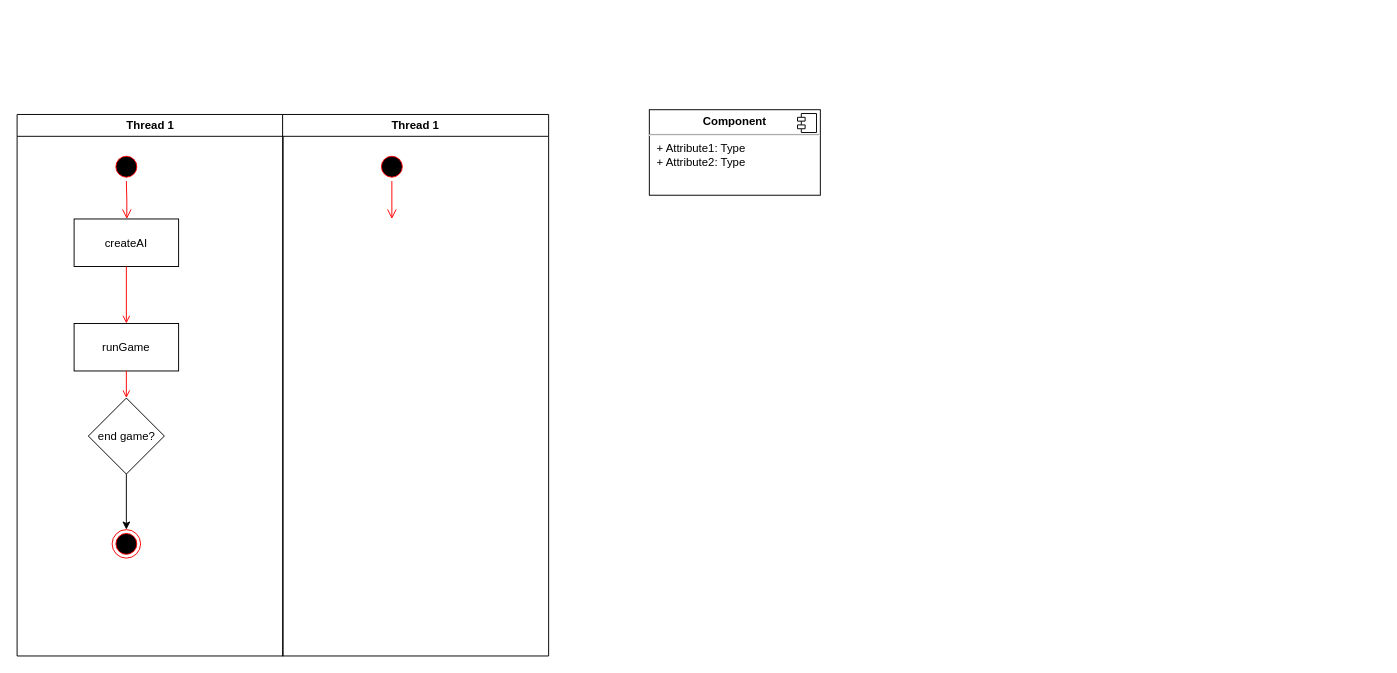
This is Игрок против ИИ/AI mamagment.drawio from 7kia/dissertation-of-master-student, a draw.io file, before an edit. Source tidied: cells renumbered, new cells numbered last; positions are measured from the earlier drawing's top-left corner, leaving out a move shared by most shapes. Both pictures are drawn from the tidied source at 95%, with x=0, y=0 at pixel (16, 109).
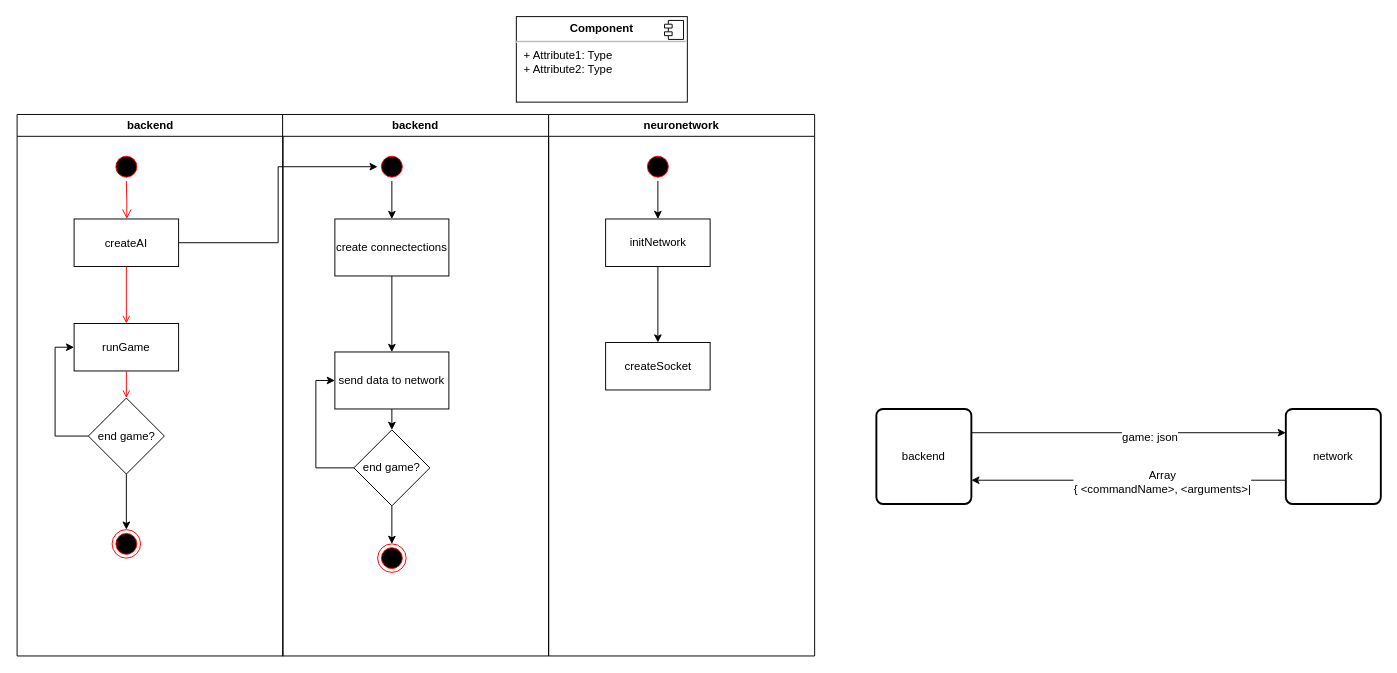
Above is the later version.

Unchanged cells that the change refers to:
```xml
<mxCell id="5" value="createAI" parent="2" vertex="1">
  <mxGeometry x="60" y="110" width="110" height="50" as="geometry" />
</mxCell>
<mxCell id="6" value="runGame" parent="2" vertex="1">
  <mxGeometry x="60" y="220" width="110" height="50" as="geometry" />
</mxCell>
<mxCell id="11" value="end game?" style="rhombus;whiteSpace=wrap;html=1;" parent="2" vertex="1">
  <mxGeometry x="75" y="298.5" width="80" height="80" as="geometry" />
</mxCell>
<mxCell id="13" style="ellipse;shape=startState;fillColor=#000000;strokeColor=#ff0000;" parent="12" vertex="1">
  <mxGeometry x="100" y="40" width="30" height="30" as="geometry" />
</mxCell>
```

What changed in the source:
```diff
@@
-    <mxCell id="2" value="Thread 1" style="swimlane;whiteSpace=wrap;" parent="1" vertex="1">
+    <mxCell id="2" value="backend" style="swimlane;whiteSpace=wrap;" parent="1" vertex="1">
       <mxGeometry x="0.5" y="5" width="280" height="570" as="geometry" />
     </mxCell>
@@
+    <mxCell id="17" style="edgeStyle=orthogonalEdgeStyle;rounded=0;jettySize=auto;html=1;exitX=0;exitY=0.5;exitDx=0;exitDy=0;entryX=0;entryY=0.5;entryDx=0;entryDy=0;" parent="2" edge="1" source="11" target="6">
+      <mxGeometry relative="1" as="geometry" />
+    </mxCell>
@@
-    <mxCell id="12" value="Thread 1" style="swimlane;whiteSpace=wrap;" parent="1" vertex="1">
+    <mxCell id="12" value="backend" style="swimlane;whiteSpace=wrap;" parent="1" vertex="1">
       <mxGeometry x="280" y="5" width="280" height="570" as="geometry" />
     </mxCell>
+    <mxCell id="18" style="edgeStyle=orthogonalEdgeStyle;rounded=0;jettySize=auto;html=1;exitX=0.5;exitY=1;exitDx=0;exitDy=0;" parent="12" edge="1" source="13" target="20">
+      <mxGeometry relative="1" as="geometry" />
+    </mxCell>
@@
-    <mxCell id="14" style="edgeStyle=elbowEdgeStyle;elbow=horizontal;verticalAlign=bottom;endArrow=open;endSize=8;strokeColor=#FF0000;endFill=1;rounded=0;" parent="12" edge="1" source="13">
-      <mxGeometry x="100" y="40" as="geometry">
-        <mxPoint x="115.2" y="110" as="targetPoint" />
-      </mxGeometry>
-    </mxCell>
+    <mxCell id="19" style="edgeStyle=orthogonalEdgeStyle;rounded=0;jettySize=auto;html=1;" parent="12" edge="1" source="20" target="22">
+      <mxGeometry relative="1" as="geometry" />
+    </mxCell>
+    <mxCell id="20" value="create connectections" style="rounded=0;whiteSpace=wrap;html=1;" parent="12" vertex="1">
+      <mxGeometry x="55" y="110" width="120" height="60" as="geometry" />
+    </mxCell>
+    <mxCell id="21" style="edgeStyle=orthogonalEdgeStyle;rounded=0;jettySize=auto;html=1;exitX=0.5;exitY=1;exitDx=0;exitDy=0;entryX=0.5;entryY=0;entryDx=0;entryDy=0;" parent="12" edge="1" source="22" target="24">
+      <mxGeometry relative="1" as="geometry" />
+    </mxCell>
+    <mxCell id="22" value="send data to network" style="rounded=0;whiteSpace=wrap;html=1;" parent="12" vertex="1">
+      <mxGeometry x="55" y="250" width="120" height="60" as="geometry" />
+    </mxCell>
+    <mxCell id="23" style="edgeStyle=orthogonalEdgeStyle;rounded=0;jettySize=auto;html=1;exitX=0;exitY=0.5;exitDx=0;exitDy=0;entryX=0;entryY=0.5;entryDx=0;entryDy=0;" parent="12" edge="1" source="24" target="22">
+      <mxGeometry relative="1" as="geometry" />
+    </mxCell>
+    <mxCell id="24" value="end game?" style="rhombus;whiteSpace=wrap;html=1;" parent="12" vertex="1">
+      <mxGeometry x="75" y="332" width="80" height="80" as="geometry" />
+    </mxCell>
+    <mxCell id="25" style="ellipse;html=1;shape=endState;fillColor=#000000;strokeColor=#ff0000;" parent="12" vertex="1">
+      <mxGeometry x="100" y="452" width="30" height="30" as="geometry" />
+    </mxCell>
+    <mxCell id="26" style="edgeStyle=orthogonalEdgeStyle;rounded=0;jettySize=auto;html=1;exitX=0.5;exitY=1;exitDx=0;exitDy=0;" parent="12" edge="1" source="24" target="25">
+      <mxGeometry relative="1" as="geometry" />
+    </mxCell>
     <mxCell id="15" value="&lt;p style=&quot;margin:0px;margin-top:6px;text-align:center;&quot;&gt;&lt;b&gt;Component&lt;/b&gt;&lt;/p&gt;&lt;hr/&gt;&lt;p style=&quot;margin:0px;margin-left:8px;&quot;&gt;+ Attribute1: Type&lt;br/&gt;+ Attribute2: Type&lt;/p&gt;" style="align=left;overflow=fill;html=1;" parent="1" vertex="1">
-      <mxGeometry x="666" width="180" height="90" as="geometry" />
+      <mxGeometry x="526" y="-98" width="180" height="90" as="geometry" />
     </mxCell>
@@
+    <mxCell id="27" style="edgeStyle=orthogonalEdgeStyle;rounded=0;jettySize=auto;html=1;exitX=1;exitY=0.5;exitDx=0;exitDy=0;entryX=0;entryY=0.5;entryDx=0;entryDy=0;" parent="1" edge="1" source="5" target="13">
+      <mxGeometry relative="1" as="geometry" />
+    </mxCell>
+    <mxCell id="28" value="neuronetwork" style="swimlane;whiteSpace=wrap;" parent="1" vertex="1">
+      <mxGeometry x="560" y="5" width="280" height="570" as="geometry" />
+    </mxCell>
+    <mxCell id="29" style="edgeStyle=orthogonalEdgeStyle;rounded=0;jettySize=auto;html=1;exitX=0.5;exitY=1;exitDx=0;exitDy=0;" parent="28" edge="1" source="30" target="32">
+      <mxGeometry relative="1" as="geometry" />
+    </mxCell>
+    <mxCell id="30" style="ellipse;shape=startState;fillColor=#000000;strokeColor=#ff0000;" parent="28" vertex="1">
+      <mxGeometry x="100" y="40" width="30" height="30" as="geometry" />
+    </mxCell>
+    <mxCell id="31" style="edgeStyle=orthogonalEdgeStyle;rounded=0;jettySize=auto;html=1;" parent="28" edge="1" source="32" target="33">
+      <mxGeometry relative="1" as="geometry" />
+    </mxCell>
+    <mxCell id="32" value="initNetwork" style="html=1;" parent="28" vertex="1">
+      <mxGeometry x="60" y="110" width="110" height="50" as="geometry" />
+    </mxCell>
+    <mxCell id="33" value="createSocket" style="html=1;" parent="28" vertex="1">
+      <mxGeometry x="60" y="240" width="110" height="50" as="geometry" />
+    </mxCell>
+    <mxCell id="34" style="edgeStyle=orthogonalEdgeStyle;rounded=0;jettySize=auto;html=1;exitX=1;exitY=0.25;exitDx=0;exitDy=0;entryX=0;entryY=0.25;entryDx=0;entryDy=0;" parent="1" edge="1" source="36" target="39">
+      <mxGeometry relative="1" as="geometry" />
+    </mxCell>
+    <mxCell id="35" value="game: json" style="text;html=1;align=center;verticalAlign=middle;labelBackgroundColor=#ffffff;" parent="34" vertex="1">
+      <mxGeometry x="0.13" y="-4" relative="1" as="geometry" />
+    </mxCell>
+    <mxCell id="36" value="backend" style="rounded=1;whiteSpace=wrap;html=1;absoluteArcSize=1;arcSize=14;strokeWidth=2;" parent="1" vertex="1">
+      <mxGeometry x="905" y="315" width="100" height="100" as="geometry" />
+    </mxCell>
+    <mxCell id="37" style="edgeStyle=orthogonalEdgeStyle;rounded=0;jettySize=auto;html=1;exitX=0;exitY=0.75;exitDx=0;exitDy=0;entryX=1;entryY=0.75;entryDx=0;entryDy=0;" parent="1" edge="1" source="39" target="36">
+      <mxGeometry relative="1" as="geometry" />
+    </mxCell>
+    <mxCell id="38" value="&lt;div&gt;Array&lt;/div&gt;&lt;div&gt;{ &amp;lt;commandName&amp;gt;, &amp;lt;arguments&amp;gt;|&lt;/div&gt;" style="text;html=1;align=center;verticalAlign=middle;labelBackgroundColor=#ffffff;" parent="37" vertex="1">
+      <mxGeometry x="-0.21" y="1" relative="1" as="geometry" />
+    </mxCell>
+    <mxCell id="39" value="network" style="rounded=1;whiteSpace=wrap;html=1;absoluteArcSize=1;arcSize=14;strokeWidth=2;" parent="1" vertex="1">
+      <mxGeometry x="1336" y="315" width="100" height="100" as="geometry" />
+    </mxCell>
```
